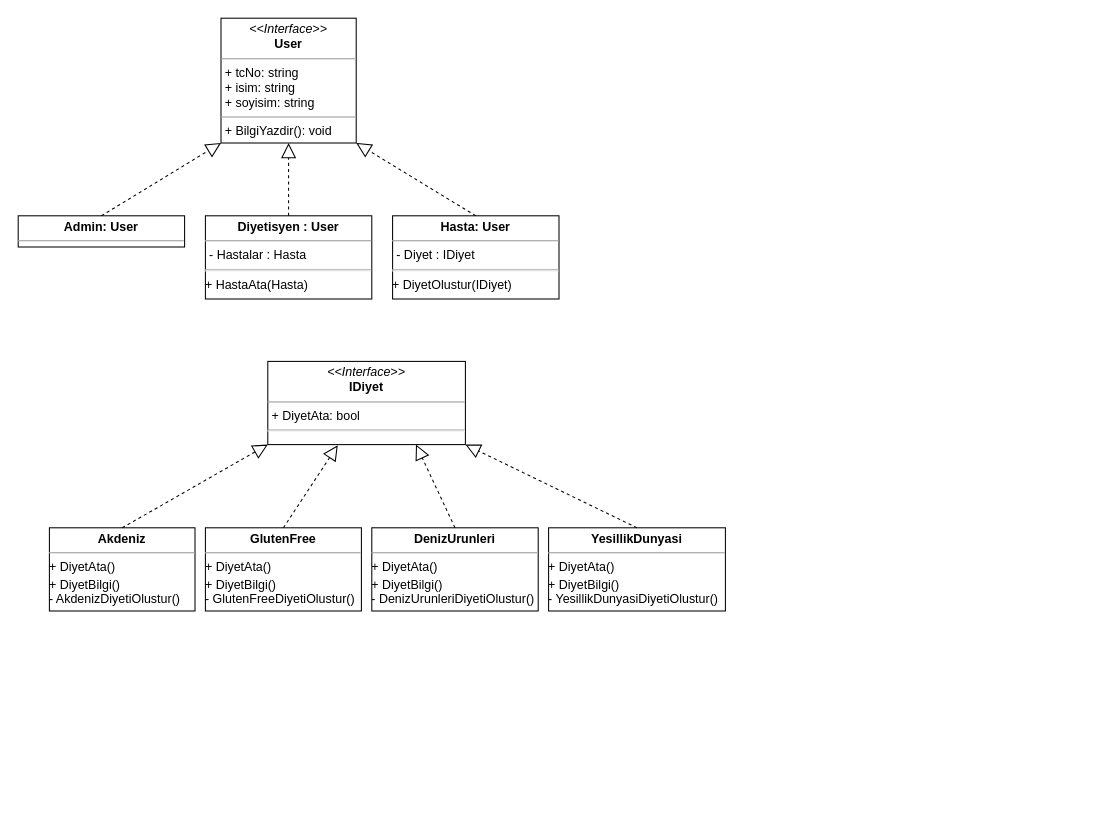
This is asd.drawio from YZMDiyetisyen/UML, a draw.io file, before an edit. Source tidied: cells renumbered, new cells numbered last; positions are measured from the earlier drawing's top-left corner, leaving out a move shared by most shapes. Both pictures are drawn from the tidied source at 104%, with x=0, y=0 at pixel (18, 18).
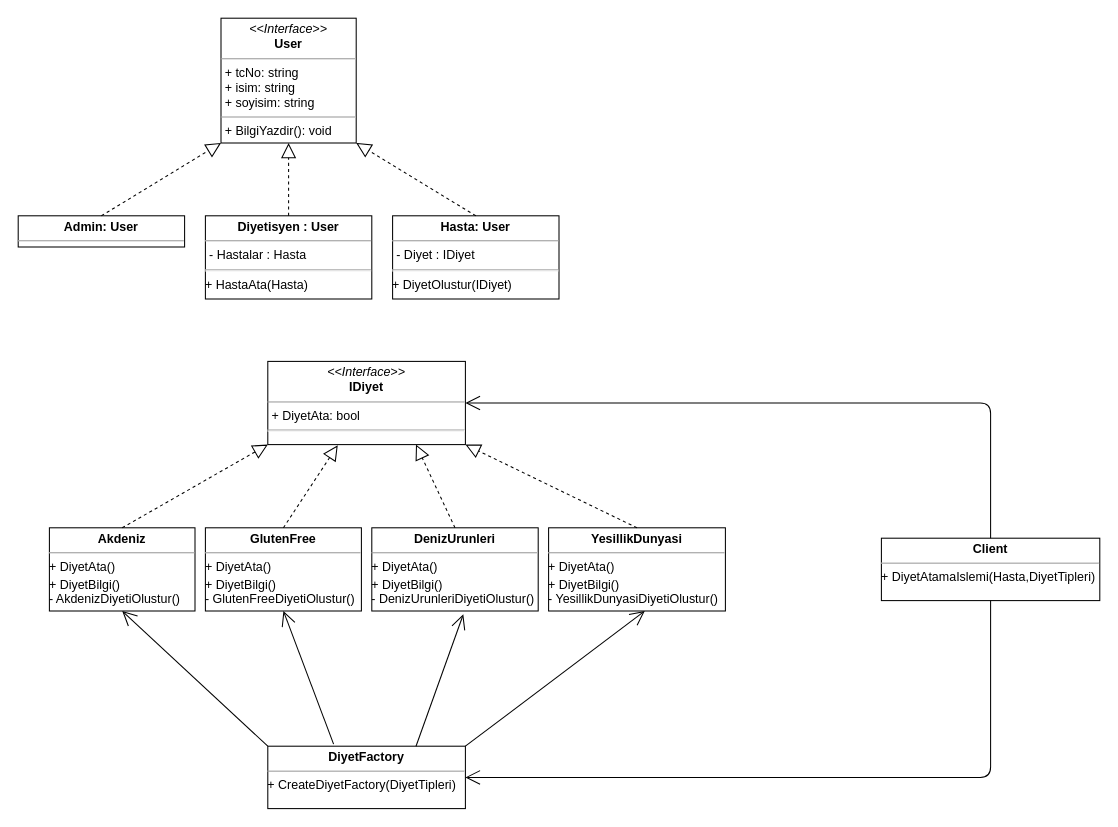
The same diagram, later.

The change refers to these unchanged cells:
```xml
<mxCell id="6" value="&lt;p style=&quot;margin: 0px ; margin-top: 4px ; text-align: center&quot;&gt;&lt;i&gt;&amp;lt;&amp;lt;Interface&amp;gt;&amp;gt;&lt;/i&gt;&lt;br&gt;&lt;b&gt;IDiyet&lt;/b&gt;&lt;/p&gt;&lt;hr size=&quot;1&quot;&gt;&lt;p style=&quot;margin: 0px ; margin-left: 4px&quot;&gt;+ DiyetAta: bool&lt;/p&gt;&lt;hr&gt;" style="verticalAlign=top;align=left;overflow=fill;fontSize=12;fontFamily=Helvetica;html=1;" parent="1" vertex="1">
  <mxGeometry x="240" y="330" width="190" height="80" as="geometry" />
</mxCell>
<mxCell id="7" value="&lt;p style=&quot;margin: 0px ; margin-top: 4px ; text-align: center&quot;&gt;&lt;b&gt;Akdeniz&lt;/b&gt;&lt;/p&gt;&lt;hr size=&quot;1&quot;&gt;&lt;div style=&quot;height: 2px&quot;&gt;+ DiyetAta()&lt;br&gt;&lt;/div&gt;&lt;div style=&quot;height: 2px&quot;&gt;&lt;br&gt;+ DiyetBilgi()&lt;br&gt;- AkdenizDiyetiOlustur()&lt;/div&gt;" style="verticalAlign=top;align=left;overflow=fill;fontSize=12;fontFamily=Helvetica;html=1;" parent="1" vertex="1">
  <mxGeometry x="30" y="490" width="140" height="80" as="geometry" />
</mxCell>
<mxCell id="12" value="&lt;p style=&quot;margin: 0px ; margin-top: 4px ; text-align: center&quot;&gt;&lt;b&gt;GlutenFree&lt;/b&gt;&lt;/p&gt;&lt;hr size=&quot;1&quot;&gt;&lt;div style=&quot;height: 2px&quot;&gt;+ DiyetAta()&lt;br&gt;&lt;/div&gt;&lt;div style=&quot;height: 2px&quot;&gt;&lt;br&gt;+ DiyetBilgi()&lt;br&gt;- GlutenFreeDiyetiOlustur()&lt;/div&gt;" style="verticalAlign=top;align=left;overflow=fill;fontSize=12;fontFamily=Helvetica;html=1;" parent="1" vertex="1">
  <mxGeometry x="180" y="490" width="150" height="80" as="geometry" />
</mxCell>
<mxCell id="14" value="&lt;p style=&quot;margin: 0px ; margin-top: 4px ; text-align: center&quot;&gt;&lt;b&gt;DenizUrunleri&lt;/b&gt;&lt;/p&gt;&lt;hr size=&quot;1&quot;&gt;&lt;div style=&quot;height: 2px&quot;&gt;+ DiyetAta()&lt;br&gt;&lt;/div&gt;&lt;div style=&quot;height: 2px&quot;&gt;&lt;br&gt;+ DiyetBilgi()&lt;br&gt;- DenizUrunleriDiyetiOlustur()&lt;/div&gt;" style="verticalAlign=top;align=left;overflow=fill;fontSize=12;fontFamily=Helvetica;html=1;" parent="1" vertex="1">
  <mxGeometry x="340" y="490" width="160" height="80" as="geometry" />
</mxCell>
<mxCell id="16" value="&lt;p style=&quot;margin: 0px ; margin-top: 4px ; text-align: center&quot;&gt;&lt;b&gt;YesillikDunyasi&lt;/b&gt;&lt;/p&gt;&lt;hr size=&quot;1&quot;&gt;&lt;div style=&quot;height: 2px&quot;&gt;+ DiyetAta()&lt;br&gt;&lt;/div&gt;&lt;br&gt;+ DiyetBilgi()&lt;div style=&quot;height: 2px&quot;&gt;- YesillikDunyasiDiyetiOlustur()&lt;/div&gt;" style="verticalAlign=top;align=left;overflow=fill;fontSize=12;fontFamily=Helvetica;html=1;" parent="1" vertex="1">
  <mxGeometry x="510" y="490" width="170" height="80" as="geometry" />
</mxCell>
```

Change to the diagram source:
```diff
@@
+    <mxCell id="18" value="&lt;p style=&quot;margin: 0px ; margin-top: 4px ; text-align: center&quot;&gt;&lt;b&gt;DiyetFactory&lt;/b&gt;&lt;/p&gt;&lt;hr size=&quot;1&quot;&gt;&lt;div style=&quot;height: 2px&quot;&gt;+&amp;nbsp;CreateDiyetFactory(DiyetTipleri)&lt;/div&gt;" style="verticalAlign=top;align=left;overflow=fill;fontSize=12;fontFamily=Helvetica;html=1;" parent="1" vertex="1">
+      <mxGeometry x="240" y="700" width="190" height="60" as="geometry" />
+    </mxCell>
+    <mxCell id="19" style="endArrow=open;endFill=1;endSize=12;html=1;exitX=1;exitY=0;exitDx=0;exitDy=0;entryX=0.544;entryY=1;entryDx=0;entryDy=0;entryPerimeter=0;" parent="1" edge="1" source="18" target="16">
+      <mxGeometry relative="1" as="geometry" />
+    </mxCell>
+    <mxCell id="20" style="endArrow=open;endFill=1;endSize=12;html=1;exitX=0.75;exitY=0;exitDx=0;exitDy=0;entryX=0.55;entryY=1.04;entryDx=0;entryDy=0;entryPerimeter=0;" parent="1" edge="1" source="18" target="14">
+      <mxGeometry relative="1" as="geometry" />
+    </mxCell>
+    <mxCell id="21" style="endArrow=open;endFill=1;endSize=12;html=1;exitX=0.333;exitY=-0.033;exitDx=0;exitDy=0;exitPerimeter=0;entryX=0.5;entryY=1;entryDx=0;entryDy=0;" parent="1" edge="1" source="18" target="12">
+      <mxGeometry relative="1" as="geometry" />
+    </mxCell>
+    <mxCell id="22" style="endArrow=open;endFill=1;endSize=12;html=1;exitX=0;exitY=0;exitDx=0;exitDy=0;entryX=0.5;entryY=1;entryDx=0;entryDy=0;" parent="1" edge="1" source="18" target="7">
+      <mxGeometry relative="1" as="geometry" />
+    </mxCell>
+    <mxCell id="23" value="&lt;p style=&quot;margin: 0px ; margin-top: 4px ; text-align: center&quot;&gt;&lt;b&gt;Client&lt;/b&gt;&lt;/p&gt;&lt;hr size=&quot;1&quot;&gt;&lt;div style=&quot;height: 2px&quot;&gt;+ DiyetAtamaIslemi(Hasta,DiyetTipleri)&lt;/div&gt;" style="verticalAlign=top;align=left;overflow=fill;fontSize=12;fontFamily=Helvetica;html=1;" parent="1" vertex="1">
+      <mxGeometry x="830" y="500" width="210" height="60" as="geometry" />
+    </mxCell>
+    <mxCell id="24" style="endArrow=open;endFill=1;endSize=12;html=1;exitX=0.5;exitY=1;exitDx=0;exitDy=0;entryX=1;entryY=0.5;entryDx=0;entryDy=0;" parent="1" edge="1" source="23" target="18">
+      <mxGeometry relative="1" as="geometry">
+        <Array as="points">
+          <mxPoint x="935" y="730" />
+        </Array>
+      </mxGeometry>
+    </mxCell>
+    <mxCell id="25" style="endArrow=open;endFill=1;endSize=12;html=1;entryX=1;entryY=0.5;entryDx=0;entryDy=0;exitX=0.5;exitY=0;exitDx=0;exitDy=0;" parent="1" edge="1" source="23" target="6">
+      <mxGeometry relative="1" as="geometry">
+        <Array as="points">
+          <mxPoint x="935" y="370" />
+        </Array>
+      </mxGeometry>
+    </mxCell>
```
